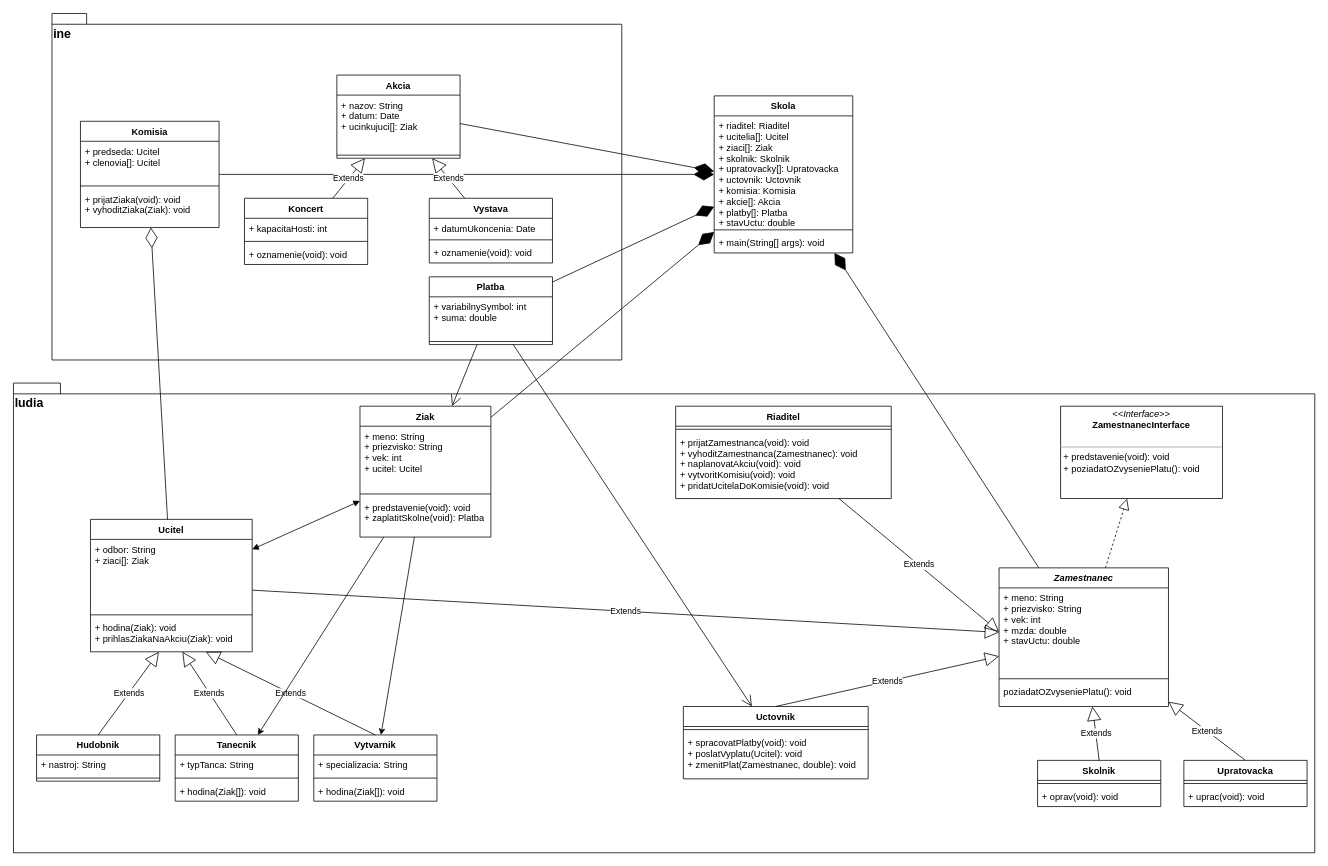
Earlier version of the draw.io diagram Untitled Diagram.drawio (okmada123/draw.io). Source tidied: cells renumbered, new cells numbered last; positions are measured from the earlier drawing's top-left corner, leaving out a move shared by most shapes. Both pictures are drawn from the tidied source at 77%, with x=0, y=0 at pixel (13, 13).
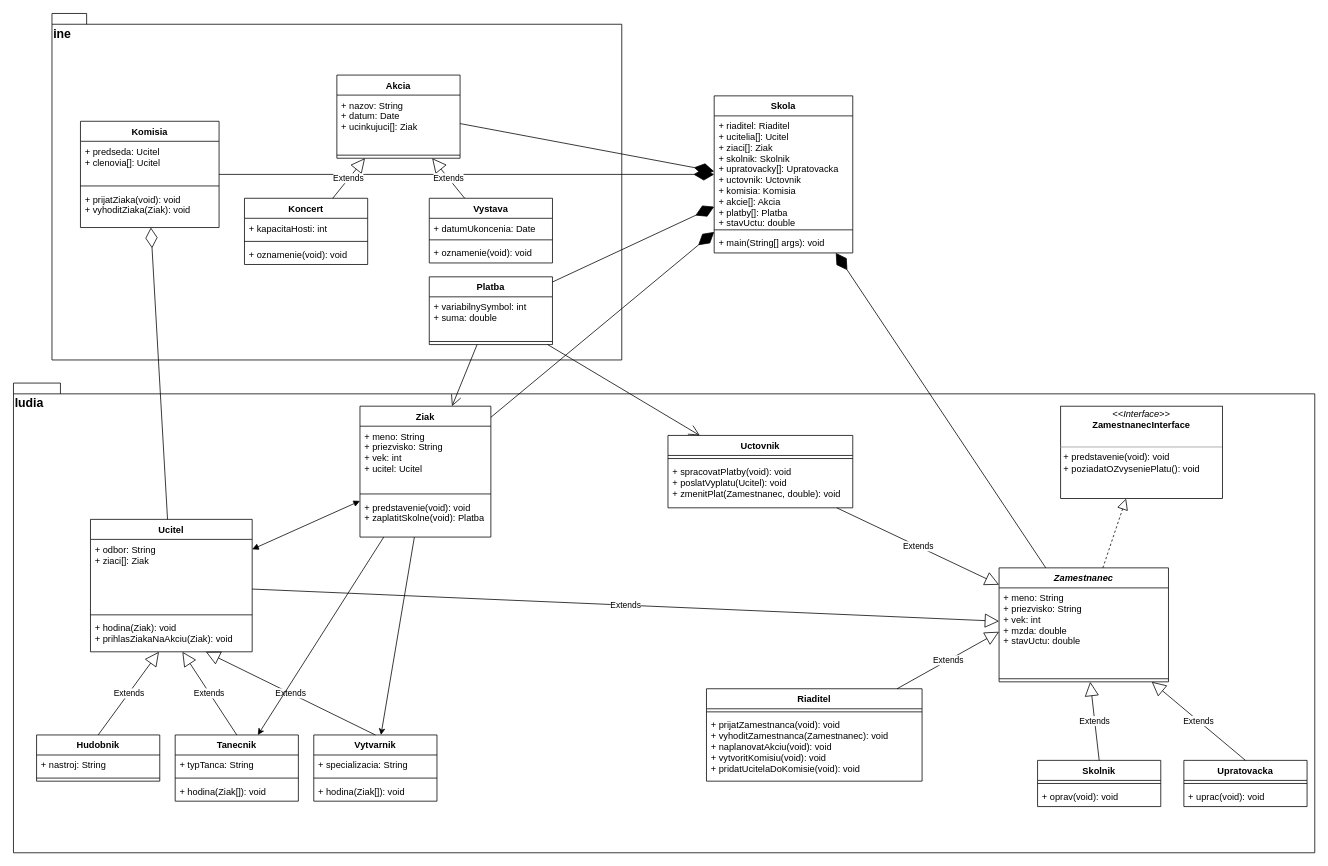
After the change.

Commit message:
Drobna zmena pozicii

The edit, as a diff of the source:
```diff
@@
     <mxCell id="8" value="Riaditel" style="swimlane;fontStyle=1;align=center;verticalAlign=top;horizontal=1;startSize=26;" parent="1" vertex="1">
-      <mxGeometry x="860" y="510" width="280" height="120" as="geometry" />
+      <mxGeometry x="900" y="877" width="280" height="120" as="geometry" />
     </mxCell>
@@
     <mxCell id="11" value="Zamestnanec" style="swimlane;fontStyle=3;align=center;verticalAlign=top;horizontal=1;startSize=26;" parent="1" vertex="1">
-      <mxGeometry x="1280" y="720" width="220" height="180" as="geometry" />
+      <mxGeometry x="1280" y="720" width="220" height="148" as="geometry" />
     </mxCell>
@@
-    <mxCell id="14" value="poziadatOZvyseniePlatu(): void" style="text;strokeColor=none;fillColor=none;align=left;verticalAlign=top;spacingLeft=4;spacingRight=4;overflow=hidden;" parent="11" vertex="1">
-      <mxGeometry y="148" width="220" height="32" as="geometry" />
-    </mxCell>
@@
     <mxCell id="21" value="Uctovnik" style="swimlane;fontStyle=1;align=center;verticalAlign=top;horizontal=1;startSize=26;" parent="1" vertex="1">
-      <mxGeometry x="870" y="900" width="240" height="94" as="geometry" />
+      <mxGeometry x="850" y="548" width="240" height="94" as="geometry" />
     </mxCell>
@@
-    <mxCell id="34" value="Extends" style="endArrow=block;endSize=16;endFill=0;html=1;exitX=0.5;exitY=0;exitDx=0;exitDy=0;" parent="1" edge="1" source="21" target="11">
+    <mxCell id="34" value="Extends" style="endArrow=block;endSize=16;endFill=0;html=1;" parent="1" edge="1" source="21" target="11">
       <mxGeometry relative="1" as="geometry" />
     </mxCell>
```
